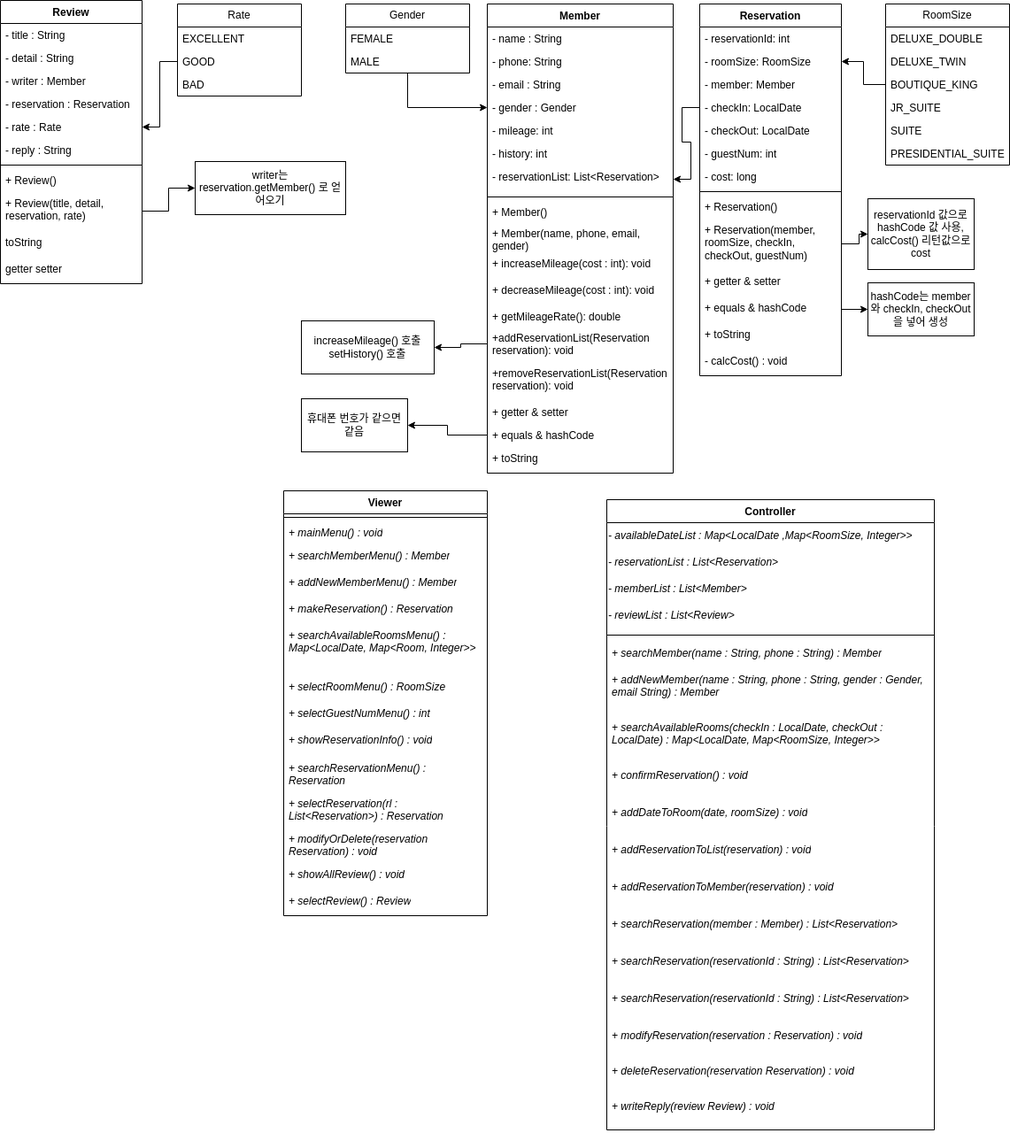
The draw.io diagram flow chart/클래스 다이어그램.png in zoseonghun/hotel-reservation-program, before a commit. Source tidied: cells renumbered, new cells last; positions are measured from the earlier drawing's top-left corner, leaving out a move shared by most shapes.
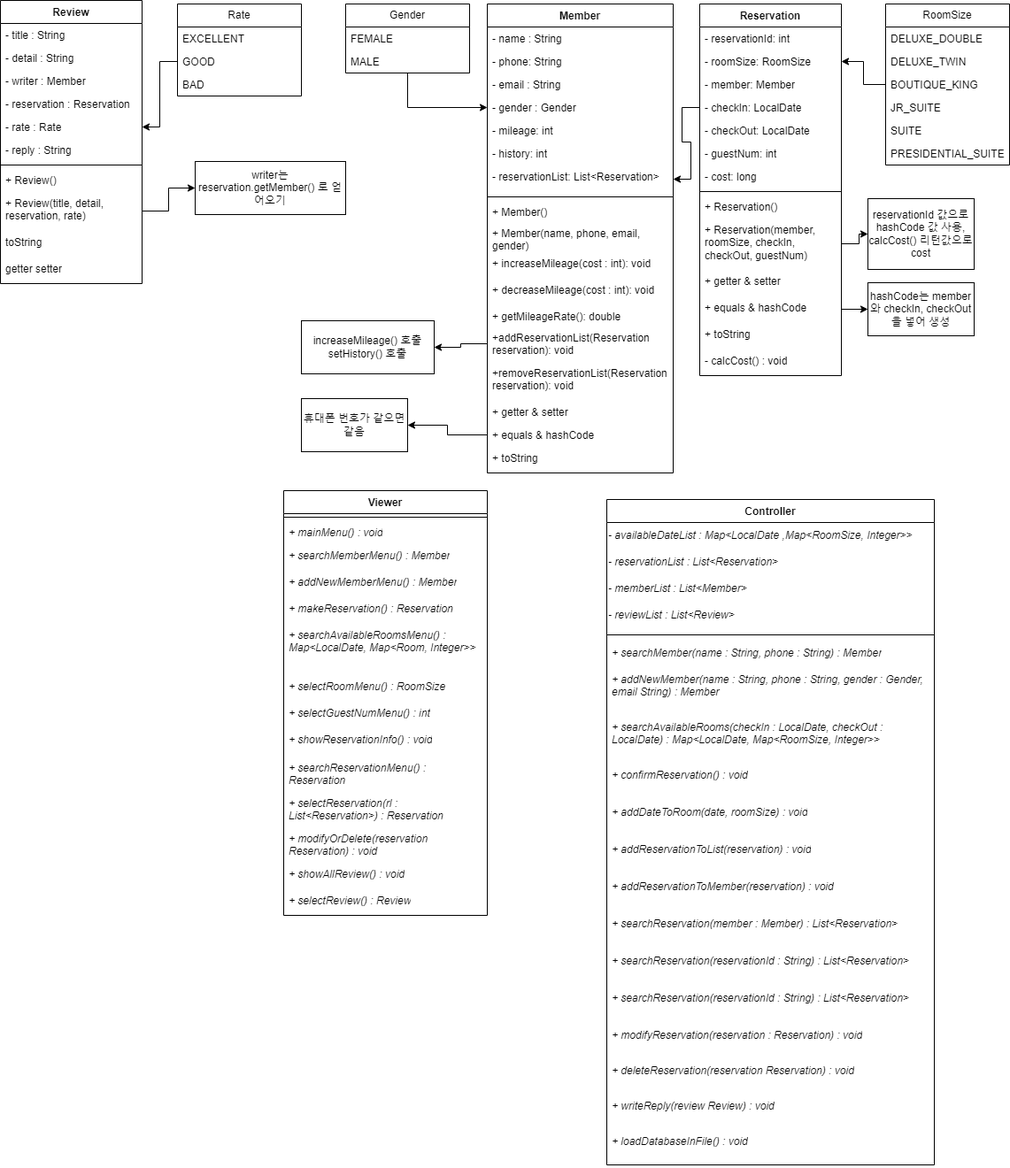
Above is the later version.

Change to the diagram source:
```diff
@@ -186,7 +186,7 @@
       <mxGeometry y="450" width="230" height="30" as="geometry" />
     </mxCell>
     <mxCell id="63" value="Controller" style="swimlane;fontStyle=1;align=center;verticalAlign=top;horizontal=1;startSize=26;whiteSpace=wrap;html=1;" parent="1" vertex="1">
-      <mxGeometry x="685" y="564" width="370" height="712" as="geometry" />
+      <mxGeometry x="685" y="564" width="370" height="752" as="geometry" />
     </mxCell>
     <mxCell id="64" value="&lt;i&gt;- availableDateList : Map&amp;lt;LocalDate ,Map&amp;lt;RoomSize, Integer&amp;gt;&amp;gt;&lt;/i&gt;" style="text;html=1;align=left;verticalAlign=middle;strokeColor=none;fillColor=none;" parent="63" vertex="1">
       <mxGeometry y="26" width="370" height="30" as="geometry" />
@@ -242,6 +242,9 @@
     <mxCell id="81" value="&lt;i&gt;+ writeReply(review Review) : void&lt;/i&gt;" style="text;strokeColor=none;fillColor=none;align=left;verticalAlign=top;spacingLeft=4;spacingRight=4;overflow=hidden;whiteSpace=wrap;html=1;" parent="63" vertex="1">
       <mxGeometry y="672" width="370" height="40" as="geometry" />
     </mxCell>
+    <mxCell id="110" value="&lt;i&gt;+ loadDatabaseInFile() : void&lt;/i&gt;" style="text;strokeColor=none;fillColor=none;align=left;verticalAlign=top;spacingLeft=4;spacingRight=4;overflow=hidden;whiteSpace=wrap;html=1;" parent="63" vertex="1">
+      <mxGeometry y="712" width="370" height="40" as="geometry" />
+    </mxCell>
     <mxCell id="82" style="edgeStyle=orthogonalEdgeStyle;rounded=0;jettySize=auto;html=1;entryX=1;entryY=0.5;entryDx=0;entryDy=0;" parent="1" edge="1" source="25" target="9">
       <mxGeometry relative="1" as="geometry" />
     </mxCell>
```
